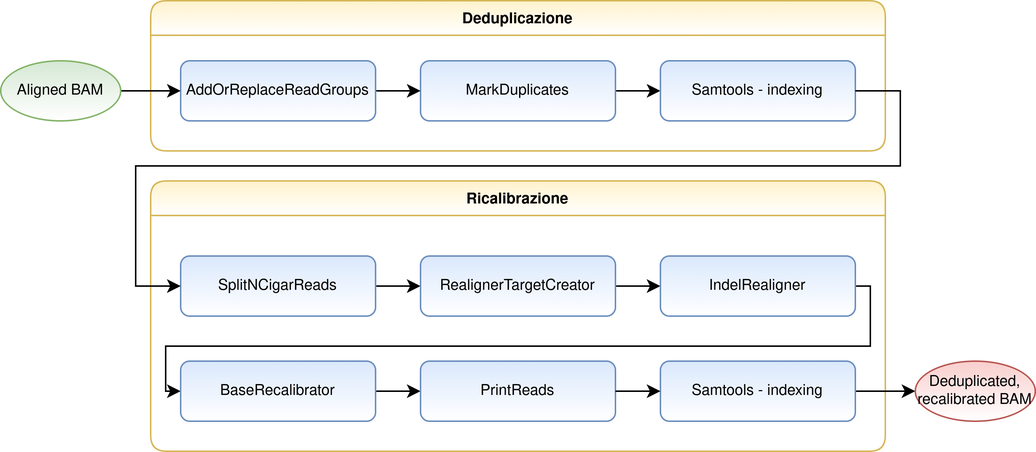
Earlier version of the draw.io export chapters/03/media/deduprecal.png (giacThePhantom/Tesi). Source tidied: cells renumbered, new cells last; positions are measured from the earlier drawing's top-left corner, leaving out a move shared by most shapes.
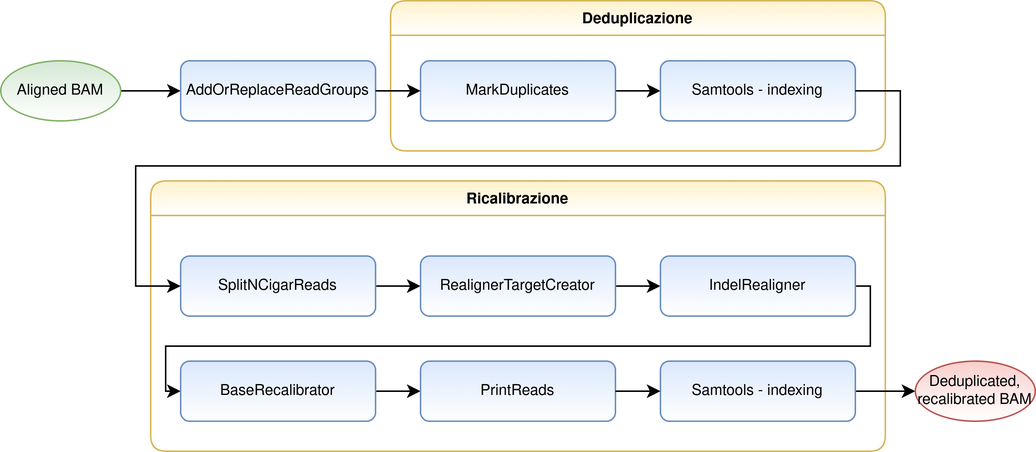
The same diagram one commit later.

Change to the diagram source:
```diff
@@ -43,22 +43,16 @@
       <mxGeometry relative="1" as="geometry" />
     </mxCell>
     <mxCell id="13" value="Deduplicazione" style="swimlane;fontSize=10;fillColor=#fff2cc;strokeColor=#d6b656;rounded=1;gradientColor=#ffffff;" parent="1" vertex="1">
-      <mxGeometry x="100" width="490" height="100" as="geometry" />
+      <mxGeometry x="260" width="330" height="100" as="geometry" />
     </mxCell>
     <mxCell id="14" style="edgeStyle=orthogonalEdgeStyle;rounded=0;jettySize=auto;html=1;exitX=1;exitY=0.5;exitDx=0;exitDy=0;entryX=0;entryY=0.5;entryDx=0;entryDy=0;fontSize=10;" parent="13" edge="1" source="15" target="18">
       <mxGeometry relative="1" as="geometry" />
     </mxCell>
     <mxCell id="15" value="MarkDuplicates" style="rounded=1;whiteSpace=wrap;html=1;fontSize=10;fillColor=#dae8fc;strokeColor=#6c8ebf;gradientColor=#ffffff;" parent="13" vertex="1">
-      <mxGeometry x="180" y="40" width="130" height="40" as="geometry" />
+      <mxGeometry x="20" y="40" width="130" height="40" as="geometry" />
     </mxCell>
-    <mxCell id="16" style="edgeStyle=orthogonalEdgeStyle;rounded=0;jettySize=auto;html=1;exitX=1;exitY=0.5;exitDx=0;exitDy=0;entryX=0;entryY=0.5;entryDx=0;entryDy=0;fontSize=10;" parent="13" edge="1" source="17" target="15">
-      <mxGeometry relative="1" as="geometry" />
-    </mxCell>
-    <mxCell id="17" value="AddOrReplaceReadGroups" style="rounded=1;whiteSpace=wrap;html=1;fontSize=10;fillColor=#dae8fc;strokeColor=#6c8ebf;gradientColor=#ffffff;" parent="13" vertex="1">
-      <mxGeometry x="20" y="40" width="130" height="40" as="geometry" />
-    </mxCell>
     <mxCell id="18" value="Samtools - indexing&lt;span style=&quot;color: rgba(0 , 0 , 0 , 0) ; font-family: monospace ; font-size: 0px&quot;&gt;%3CmxGraphModel%3E%3Croot%3E%3CmxCell%20id%3D%220%22%2F%3E%3CmxCell%20id%3D%221%22%20parent%3D%220%22%2F%3E%3CmxCell%20id%3D%222%22%20value%3D%22IndelRealigner%22%20style%3D%22rounded%3D1%3BwhiteSpace%3Dwrap%3Bhtml%3D1%3BfontSize%3D10%3BfillColor%3D%23dae8fc%3BstrokeColor%3D%236c8ebf%3BgradientColor%3D%23ffffff%3B%22%20vertex%3D%221%22%20parent%3D%221%22%3E%3CmxGeometry%20x%3D%22520%22%20y%3D%22170%22%20width%3D%22130%22%20height%3D%2240%22%20as%3D%22geometry%22%2F%3E%3C%2FmxCell%3E%3C%2Froot%3E%3C%2FmxGraphModel%3E&lt;/span&gt;" style="rounded=1;whiteSpace=wrap;html=1;fontSize=10;fillColor=#dae8fc;strokeColor=#6c8ebf;gradientColor=#ffffff;" parent="13" vertex="1">
-      <mxGeometry x="340" y="40" width="130" height="40" as="geometry" />
+      <mxGeometry x="180" y="40" width="130" height="40" as="geometry" />
     </mxCell>
     <mxCell id="19" style="edgeStyle=orthogonalEdgeStyle;rounded=0;jettySize=auto;html=1;exitX=1;exitY=0.5;exitDx=0;exitDy=0;fontSize=10;" parent="1" edge="1" source="20" target="17">
       <mxGeometry relative="1" as="geometry" />
@@ -88,5 +82,11 @@
     <mxCell id="25" style="edgeStyle=orthogonalEdgeStyle;rounded=0;jettySize=auto;html=1;exitX=1;exitY=0.5;exitDx=0;exitDy=0;entryX=0;entryY=0.5;entryDx=0;entryDy=0;fontSize=10;" parent="1" edge="1" source="11" target="22">
       <mxGeometry relative="1" as="geometry" />
     </mxCell>
+    <mxCell id="17" value="AddOrReplaceReadGroups" style="rounded=1;whiteSpace=wrap;html=1;fontSize=10;fillColor=#dae8fc;strokeColor=#6c8ebf;gradientColor=#ffffff;" parent="1" vertex="1">
+      <mxGeometry x="120" y="40" width="130" height="40" as="geometry" />
+    </mxCell>
+    <mxCell id="16" style="edgeStyle=orthogonalEdgeStyle;rounded=0;jettySize=auto;html=1;exitX=1;exitY=0.5;exitDx=0;exitDy=0;entryX=0;entryY=0.5;entryDx=0;entryDy=0;fontSize=10;" parent="1" edge="1" source="17" target="15">
+      <mxGeometry relative="1" as="geometry" />
+    </mxCell>
   </root>
 </mxGraphModel>
```
